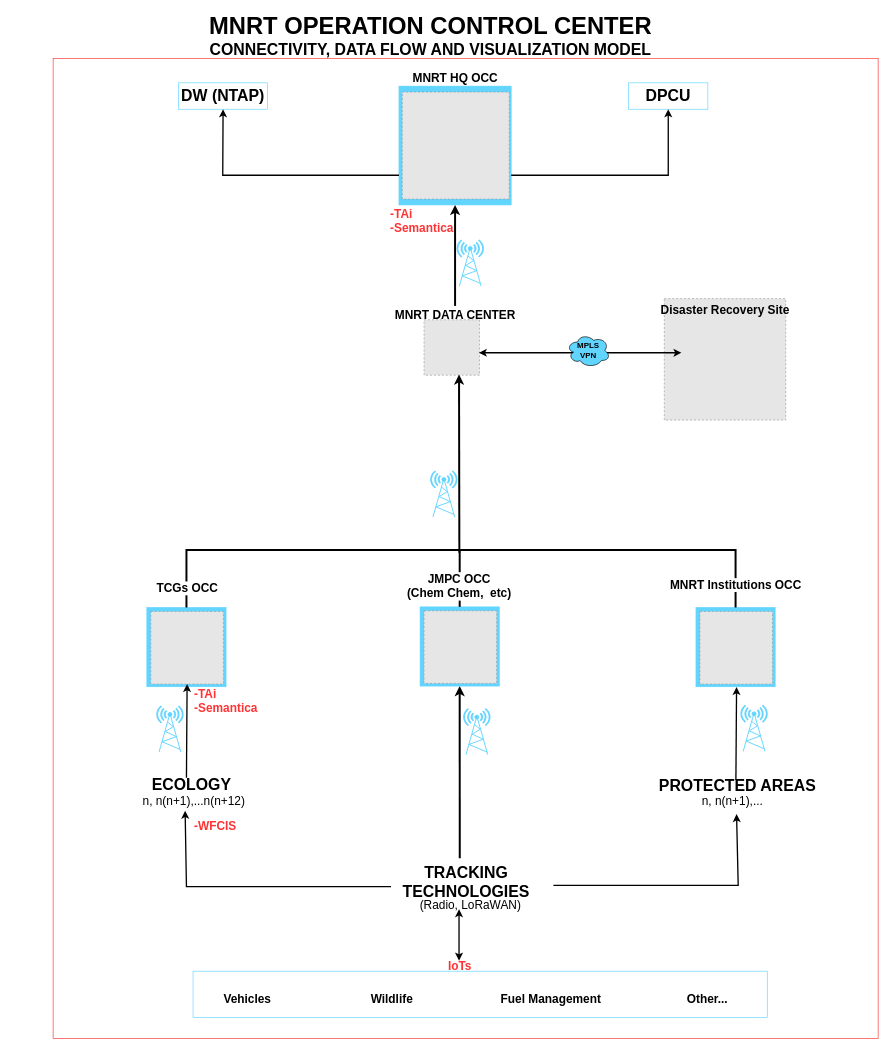
Above: control-room.drawio in MbalamulaS/tech-diagrams (draw.io), before the change. Source tidied: cells renumbered, new cells numbered last; positions are measured from the earlier drawing's top-left corner, leaving out a move shared by most shapes. Both pictures are drawn from the tidied source at 66%, with x=0, y=0 at pixel (11, 15). Pictures stored in the file or linked from it are replaced by grey dashed boxes.
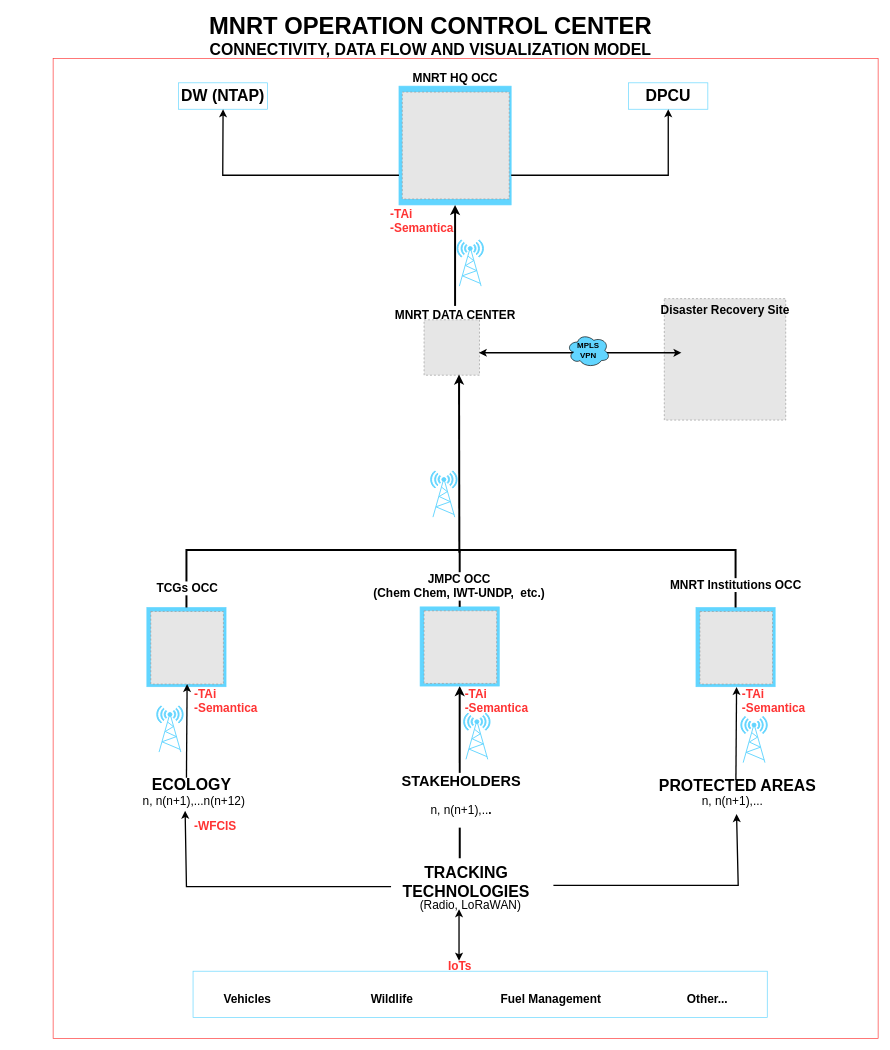
The same page after the edit.

Unchanged cells that the change refers to:
```xml
<mxCell id="48" style="endArrow=classic;html=1;rounded=0;shadow=0;strokeColor=default;strokeWidth=3;align=center;verticalAlign=middle;fontFamily=Helvetica;fontSize=11;fontColor=default;labelBackgroundColor=default;fillColor=#515151;entryX=0.5;entryY=1;entryDx=0;entryDy=0;exitX=0.459;exitY=-0.012;exitDx=0;exitDy=0;exitPerimeter=0;" parent="1" edge="1" source="32" target="49">
  <mxGeometry relative="1" as="geometry" />
</mxCell>
<mxCell id="55" style="endArrow=none;html=1;rounded=0;exitX=0.5;exitY=0;exitDx=0;exitDy=0;strokeWidth=3;" parent="1" edge="1">
  <mxGeometry relative="1" as="geometry">
    <mxPoint x="679" y="896" as="sourcePoint" />
    <mxPoint x="679" y="810" as="targetPoint" />
  </mxGeometry>
</mxCell>
```

Change to the diagram source:
```diff
@@
     <mxCell id="17" style="fontColor=#0066CC;verticalAlign=top;verticalLabelPosition=bottom;labelPosition=center;align=center;html=1;fillColor=#61D5FF;strokeColor=#61D5FF;gradientColor=none;gradientDirection=north;strokeWidth=2;shape=mxgraph.networks.radio_tower;" parent="1" vertex="1">
-      <mxGeometry x="1105" y="1045" width="40" height="70" as="geometry" />
+      <mxGeometry x="1105" y="1062" width="40" height="70" as="geometry" />
     </mxCell>
@@
+    <mxCell id="58" value="&lt;div&gt;&lt;h1 align=&quot;center&quot; style=&quot;margin-top: 0px;&quot;&gt;STAKEHOLDERS &lt;br&gt;&lt;/h1&gt;&lt;h1 align=&quot;center&quot; style=&quot;margin-top: 0px;&quot;&gt;&lt;font style=&quot;font-size: 18px;&quot;&gt;&lt;span style=&quot;font-weight: normal;&quot;&gt;n, n(n+1),..&lt;/span&gt;. &lt;/font&gt;&lt;/h1&gt;&lt;/div&gt;" style="edgeLabel;html=1;align=center;verticalAlign=middle;" parent="48" vertex="1">
+      <mxGeometry x="-0.32" y="-1" relative="1" as="geometry" />
+    </mxCell>
@@
-    <mxCell id="56" value="&lt;div&gt;&lt;font style=&quot;font-size: 18px;&quot;&gt;&lt;b&gt;JMPC OCC&lt;br&gt;&lt;/b&gt;&lt;/font&gt;&lt;/div&gt;&lt;div&gt;&lt;font style=&quot;font-size: 18px;&quot;&gt;&lt;b&gt;(Chem Chem,&amp;nbsp; etc)&lt;br&gt;&lt;/b&gt;&lt;/font&gt;&lt;/div&gt;" style="edgeLabel;html=1;align=center;verticalAlign=middle;" parent="55" vertex="1">
+    <mxCell id="56" value="&lt;div&gt;&lt;font style=&quot;font-size: 18px;&quot;&gt;&lt;b&gt;JMPC OCC&lt;br&gt;&lt;/b&gt;&lt;/font&gt;&lt;/div&gt;&lt;div&gt;&lt;font style=&quot;font-size: 18px;&quot;&gt;&lt;b&gt;(Chem Chem, IWT-UNDP,&amp;nbsp; etc.)&lt;br&gt;&lt;/b&gt;&lt;/font&gt;&lt;/div&gt;" style="edgeLabel;html=1;align=center;verticalAlign=middle;" parent="55" vertex="1">
       <mxGeometry x="-0.26" y="2" relative="1" as="geometry" />
     </mxCell>
     <mxCell id="57" style="fontColor=#0066CC;verticalAlign=top;verticalLabelPosition=bottom;labelPosition=center;align=center;html=1;fillColor=#61D5FF;strokeColor=#61D5FF;gradientColor=none;gradientDirection=north;strokeWidth=2;shape=mxgraph.networks.radio_tower;" parent="1" vertex="1">
-      <mxGeometry x="685" y="1050" width="40" height="70" as="geometry" />
+      <mxGeometry x="685" y="1057" width="40" height="70" as="geometry" />
     </mxCell>
+    <mxCell id="59" value="&lt;div align=&quot;left&quot;&gt;&lt;b&gt;&lt;font style=&quot;font-size: 18px;&quot; color=&quot;#ff3333&quot;&gt;-TAi&lt;/font&gt;&lt;/b&gt;&lt;/div&gt;&lt;div align=&quot;left&quot;&gt;&lt;b&gt;&lt;font style=&quot;font-size: 18px;&quot; color=&quot;#ff3333&quot;&gt;-Semantica&lt;/font&gt;&lt;/b&gt;&lt;/div&gt;" style="text;html=1;align=left;verticalAlign=middle;whiteSpace=wrap;rounded=0;" parent="1" vertex="1">
+      <mxGeometry x="685" y="1017" width="130" height="44" as="geometry" />
+    </mxCell>
+    <mxCell id="60" value="&lt;div align=&quot;left&quot;&gt;&lt;b&gt;&lt;font style=&quot;font-size: 18px;&quot; color=&quot;#ff3333&quot;&gt;-TAi&lt;/font&gt;&lt;/b&gt;&lt;/div&gt;&lt;div align=&quot;left&quot;&gt;&lt;b&gt;&lt;font style=&quot;font-size: 18px;&quot; color=&quot;#ff3333&quot;&gt;-Semantica&lt;/font&gt;&lt;/b&gt;&lt;/div&gt;" style="text;html=1;align=left;verticalAlign=middle;whiteSpace=wrap;rounded=0;" parent="1" vertex="1">
+      <mxGeometry x="1105" y="1017" width="130" height="44" as="geometry" />
+    </mxCell>
```
